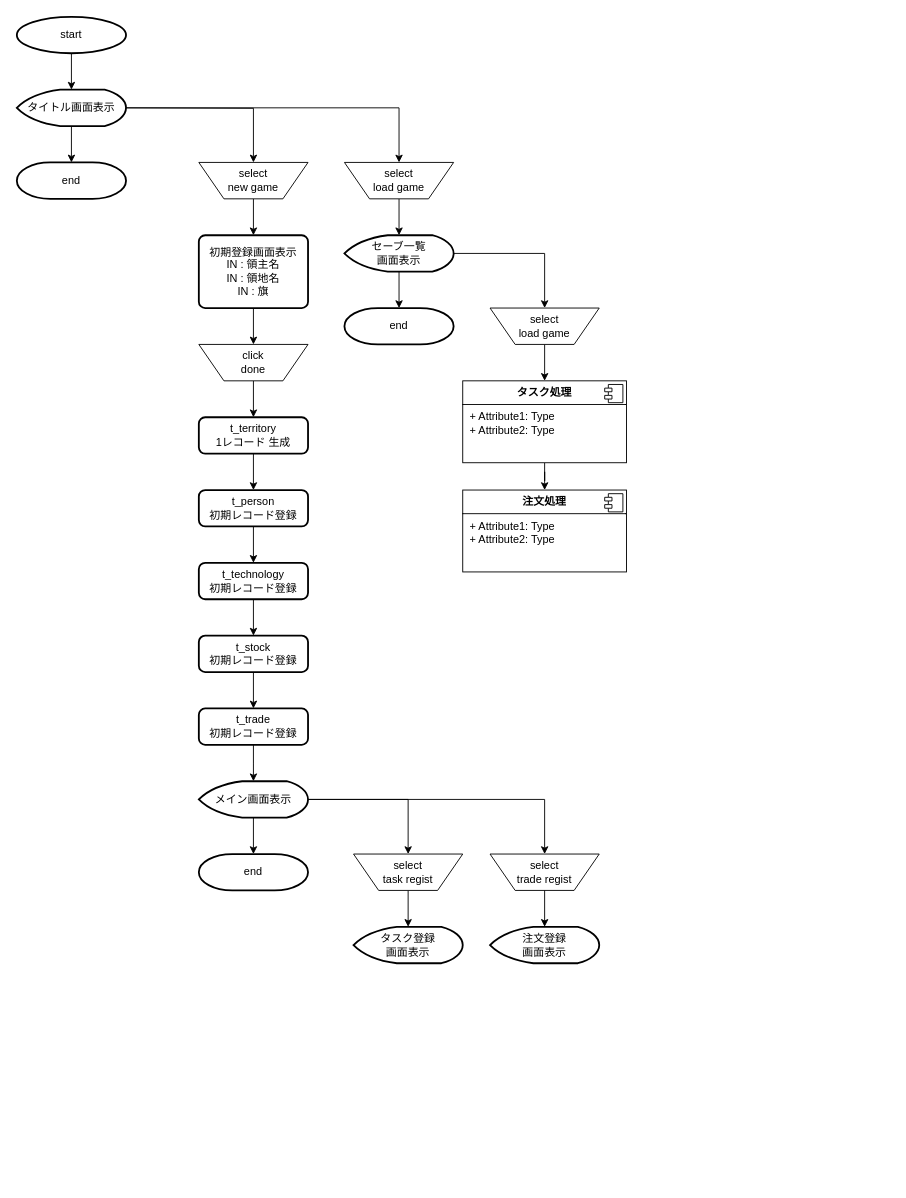
Above: page "フローチャート" (2 of 4) of table.drawio in T-Miyaoka/geeklog (draw.io), before the change. Source tidied: cells renumbered, new cells numbered last; positions are measured from the earlier drawing's top-left corner, leaving out a move shared by most shapes. Both pictures are drawn from the tidied source at 91%, with x=0, y=0 at pixel (16, 16).
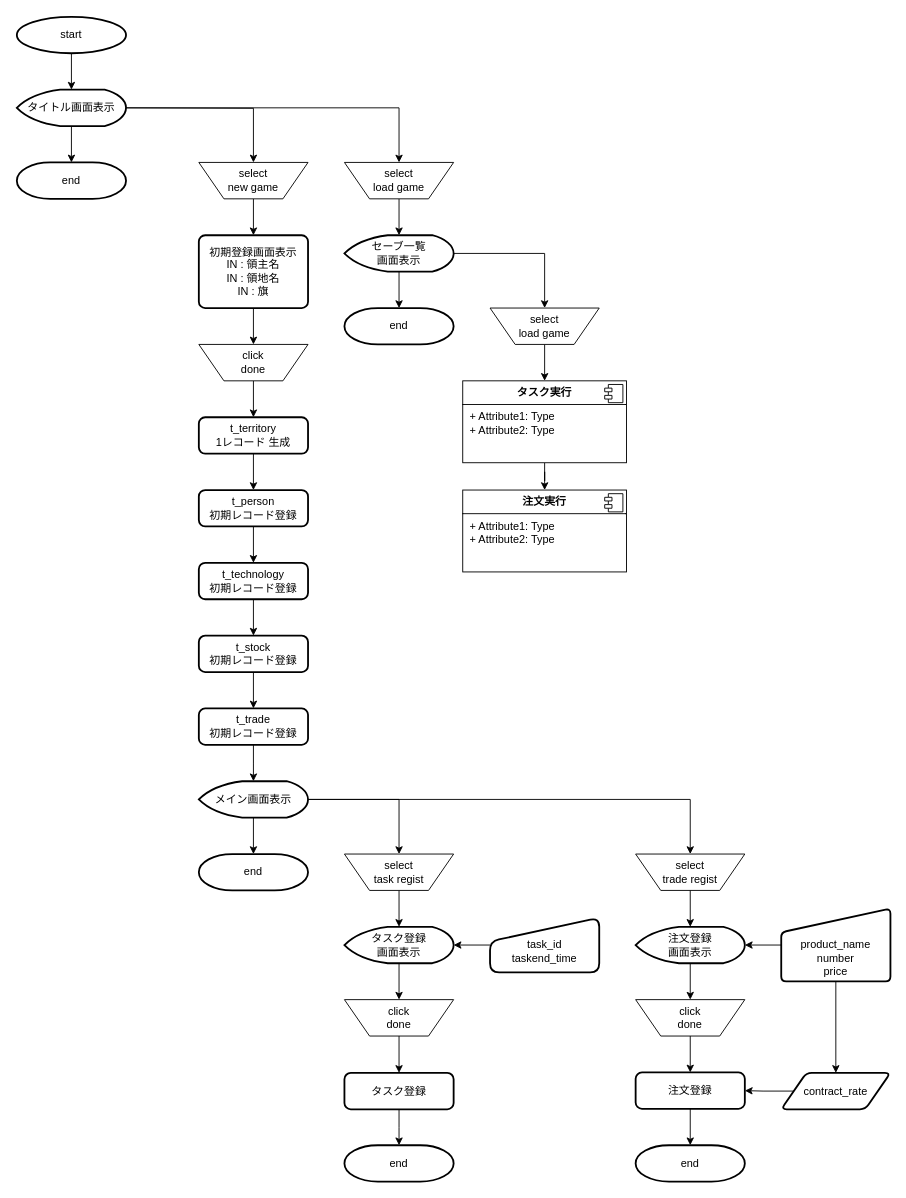
The same diagram, later.

What changed in the source:
```diff
@@
     <mxCell id="35" value="&lt;div&gt;select&lt;/div&gt;&lt;div&gt;task regist&lt;/div&gt;&lt;div&gt;&lt;/div&gt;&lt;div&gt;&lt;/div&gt;" style="verticalLabelPosition=middle;verticalAlign=middle;html=1;shape=trapezoid;perimeter=trapezoidPerimeter;whiteSpace=wrap;size=0.23;arcSize=10;flipV=1;labelPosition=center;align=center;" parent="1" vertex="1">
-      <mxGeometry x="370" y="920" width="120" height="40" as="geometry" />
+      <mxGeometry x="360" y="920" width="120" height="40" as="geometry" />
     </mxCell>
@@
-    <mxCell id="37" value="&lt;p style=&quot;margin:0px;margin-top:6px;text-align:center;&quot;&gt;&lt;b&gt;タスク処理&lt;/b&gt;&lt;/p&gt;&lt;hr size=&quot;1&quot; style=&quot;border-style:solid;&quot;&gt;&lt;p style=&quot;margin:0px;margin-left:8px;&quot;&gt;+ Attribute1: Type&lt;br&gt;+ Attribute2: Type&lt;/p&gt;" style="align=left;overflow=fill;html=1;whiteSpace=wrap;" parent="1" vertex="1">
+    <mxCell id="37" value="&lt;p style=&quot;margin:0px;margin-top:6px;text-align:center;&quot;&gt;&lt;b&gt;タスク実行&lt;/b&gt;&lt;/p&gt;&lt;hr size=&quot;1&quot; style=&quot;border-style:solid;&quot;&gt;&lt;p style=&quot;margin:0px;margin-left:8px;&quot;&gt;+ Attribute1: Type&lt;br&gt;+ Attribute2: Type&lt;/p&gt;" style="align=left;overflow=fill;html=1;whiteSpace=wrap;" parent="1" vertex="1">
       <mxGeometry x="490" y="400" width="180" height="90" as="geometry" />
     </mxCell>
@@
+    <mxCell id="49" style="edgeStyle=orthogonalEdgeStyle;rounded=0;jettySize=auto;html=1;entryX=0.5;entryY=0;entryDx=0;entryDy=0;" parent="1" edge="1" source="43" target="52">
+      <mxGeometry relative="1" as="geometry" />
+    </mxCell>
     <mxCell id="43" value="&lt;span style=&quot;text-wrap: nowrap;&quot;&gt;タスク登録&lt;/span&gt;&lt;div&gt;&lt;span style=&quot;text-wrap: nowrap;&quot;&gt;画面表示&lt;/span&gt;&lt;/div&gt;" style="strokeWidth=2;html=1;shape=mxgraph.flowchart.display;whiteSpace=wrap;" parent="1" vertex="1">
-      <mxGeometry x="370" y="1000" width="120" height="40" as="geometry" />
+      <mxGeometry x="360" y="1000" width="120" height="40" as="geometry" />
     </mxCell>
-    <mxCell id="44" value="&lt;p style=&quot;margin:0px;margin-top:6px;text-align:center;&quot;&gt;&lt;b&gt;注文処理&lt;/b&gt;&lt;/p&gt;&lt;hr size=&quot;1&quot; style=&quot;border-style:solid;&quot;&gt;&lt;p style=&quot;margin:0px;margin-left:8px;&quot;&gt;+ Attribute1: Type&lt;br&gt;+ Attribute2: Type&lt;/p&gt;" style="align=left;overflow=fill;html=1;whiteSpace=wrap;" parent="1" vertex="1">
+    <mxCell id="44" value="&lt;p style=&quot;margin:0px;margin-top:6px;text-align:center;&quot;&gt;&lt;b&gt;注文実行&lt;/b&gt;&lt;/p&gt;&lt;hr size=&quot;1&quot; style=&quot;border-style:solid;&quot;&gt;&lt;p style=&quot;margin:0px;margin-left:8px;&quot;&gt;+ Attribute1: Type&lt;br&gt;+ Attribute2: Type&lt;/p&gt;" style="align=left;overflow=fill;html=1;whiteSpace=wrap;" parent="1" vertex="1">
       <mxGeometry x="490" y="520" width="180" height="90" as="geometry" />
     </mxCell>
@@
     <mxCell id="46" value="&lt;div&gt;select&lt;/div&gt;&lt;div&gt;trade regist&lt;/div&gt;&lt;div&gt;&lt;/div&gt;&lt;div&gt;&lt;/div&gt;" style="verticalLabelPosition=middle;verticalAlign=middle;html=1;shape=trapezoid;perimeter=trapezoidPerimeter;whiteSpace=wrap;size=0.23;arcSize=10;flipV=1;labelPosition=center;align=center;" parent="1" vertex="1">
-      <mxGeometry x="520" y="920" width="120" height="40" as="geometry" />
+      <mxGeometry x="680" y="920" width="120" height="40" as="geometry" />
     </mxCell>
+    <mxCell id="50" style="edgeStyle=orthogonalEdgeStyle;rounded=0;jettySize=auto;html=1;" parent="1" edge="1" source="47" target="66">
+      <mxGeometry relative="1" as="geometry" />
+    </mxCell>
     <mxCell id="47" value="&lt;span style=&quot;text-wrap: nowrap;&quot;&gt;注文登録&lt;/span&gt;&lt;div&gt;&lt;span style=&quot;text-wrap: nowrap;&quot;&gt;画面表示&lt;/span&gt;&lt;/div&gt;" style="strokeWidth=2;html=1;shape=mxgraph.flowchart.display;whiteSpace=wrap;" parent="1" vertex="1">
-      <mxGeometry x="520" y="1000" width="120" height="40" as="geometry" />
+      <mxGeometry x="680" y="1000" width="120" height="40" as="geometry" />
     </mxCell>
@@
+    <mxCell id="51" style="edgeStyle=orthogonalEdgeStyle;rounded=0;jettySize=auto;html=1;entryX=0.5;entryY=0;entryDx=0;entryDy=0;" parent="1" edge="1" source="52" target="54">
+      <mxGeometry relative="1" as="geometry" />
+    </mxCell>
+    <mxCell id="52" value="click&lt;div&gt;done&lt;/div&gt;" style="verticalLabelPosition=middle;verticalAlign=middle;html=1;shape=trapezoid;perimeter=trapezoidPerimeter;whiteSpace=wrap;size=0.23;arcSize=10;flipV=1;labelPosition=center;align=center;" parent="1" vertex="1">
+      <mxGeometry x="360" y="1080" width="120" height="40" as="geometry" />
+    </mxCell>
+    <mxCell id="53" style="edgeStyle=orthogonalEdgeStyle;rounded=0;jettySize=auto;html=1;" parent="1" edge="1" source="54" target="55">
+      <mxGeometry relative="1" as="geometry" />
+    </mxCell>
+    <mxCell id="54" value="&lt;span style=&quot;text-wrap: nowrap;&quot;&gt;タスク登録&lt;/span&gt;" style="rounded=1;whiteSpace=wrap;html=1;absoluteArcSize=1;arcSize=14;strokeWidth=2;" parent="1" vertex="1">
+      <mxGeometry x="360" y="1160.5" width="120" height="40" as="geometry" />
+    </mxCell>
+    <mxCell id="55" value="end" style="strokeWidth=2;html=1;shape=mxgraph.flowchart.terminator;whiteSpace=wrap;" parent="1" vertex="1">
+      <mxGeometry x="360" y="1240" width="120" height="40" as="geometry" />
+    </mxCell>
+    <mxCell id="56" value="&lt;div&gt;&lt;br&gt;&lt;/div&gt;task_id&lt;div&gt;taskend_time&lt;/div&gt;" style="html=1;strokeWidth=2;shape=manualInput;whiteSpace=wrap;rounded=1;size=26;arcSize=20;" parent="1" vertex="1">
+      <mxGeometry x="520" y="990" width="120" height="60" as="geometry" />
+    </mxCell>
+    <mxCell id="57" style="edgeStyle=orthogonalEdgeStyle;rounded=0;jettySize=auto;html=1;entryX=1;entryY=0.5;entryDx=0;entryDy=0;entryPerimeter=0;" parent="1" edge="1" source="56" target="43">
+      <mxGeometry relative="1" as="geometry" />
+    </mxCell>
+    <mxCell id="58" style="edgeStyle=orthogonalEdgeStyle;rounded=0;jettySize=auto;html=1;entryX=0.5;entryY=0;entryDx=0;entryDy=0;" parent="1" edge="1" source="59" target="62">
+      <mxGeometry relative="1" as="geometry" />
+    </mxCell>
+    <mxCell id="59" value="&lt;div&gt;&lt;br&gt;&lt;/div&gt;&lt;div&gt;&lt;br&gt;&lt;/div&gt;product_name&lt;div&gt;number&lt;/div&gt;&lt;div&gt;price&lt;/div&gt;" style="html=1;strokeWidth=2;shape=manualInput;whiteSpace=wrap;rounded=1;size=26;arcSize=11;" parent="1" vertex="1">
+      <mxGeometry x="840" y="980" width="120" height="80" as="geometry" />
+    </mxCell>
+    <mxCell id="60" style="edgeStyle=orthogonalEdgeStyle;rounded=0;jettySize=auto;html=1;entryX=1;entryY=0.5;entryDx=0;entryDy=0;entryPerimeter=0;" parent="1" edge="1" source="59" target="47">
+      <mxGeometry relative="1" as="geometry" />
+    </mxCell>
+    <mxCell id="61" style="edgeStyle=orthogonalEdgeStyle;rounded=0;jettySize=auto;html=1;entryX=1;entryY=0.5;entryDx=0;entryDy=0;" parent="1" edge="1" source="62" target="64">
+      <mxGeometry relative="1" as="geometry" />
+    </mxCell>
+    <mxCell id="62" value="&lt;span style=&quot;text-align: left;&quot;&gt;&lt;font style=&quot;font-size: 12px;&quot;&gt;contract_rate&lt;/font&gt;&lt;/span&gt;" style="shape=parallelogram;html=1;strokeWidth=2;perimeter=parallelogramPerimeter;whiteSpace=wrap;rounded=1;arcSize=12;size=0.23;" parent="1" vertex="1">
+      <mxGeometry x="840" y="1160.5" width="120" height="40" as="geometry" />
+    </mxCell>
+    <mxCell id="63" style="edgeStyle=orthogonalEdgeStyle;rounded=0;jettySize=auto;html=1;" parent="1" edge="1" source="64" target="67">
+      <mxGeometry relative="1" as="geometry" />
+    </mxCell>
+    <mxCell id="64" value="&lt;span style=&quot;text-wrap: nowrap;&quot;&gt;注文登録&lt;/span&gt;" style="rounded=1;whiteSpace=wrap;html=1;absoluteArcSize=1;arcSize=14;strokeWidth=2;" parent="1" vertex="1">
+      <mxGeometry x="680" y="1160" width="120" height="40" as="geometry" />
+    </mxCell>
+    <mxCell id="65" style="edgeStyle=orthogonalEdgeStyle;rounded=0;jettySize=auto;html=1;entryX=0.5;entryY=0;entryDx=0;entryDy=0;" parent="1" edge="1" source="66" target="64">
+      <mxGeometry relative="1" as="geometry" />
+    </mxCell>
+    <mxCell id="66" value="click&lt;div&gt;done&lt;/div&gt;" style="verticalLabelPosition=middle;verticalAlign=middle;html=1;shape=trapezoid;perimeter=trapezoidPerimeter;whiteSpace=wrap;size=0.23;arcSize=10;flipV=1;labelPosition=center;align=center;" parent="1" vertex="1">
+      <mxGeometry x="680" y="1080" width="120" height="40" as="geometry" />
+    </mxCell>
+    <mxCell id="67" value="end" style="strokeWidth=2;html=1;shape=mxgraph.flowchart.terminator;whiteSpace=wrap;" parent="1" vertex="1">
+      <mxGeometry x="680" y="1240" width="120" height="40" as="geometry" />
+    </mxCell>
```
